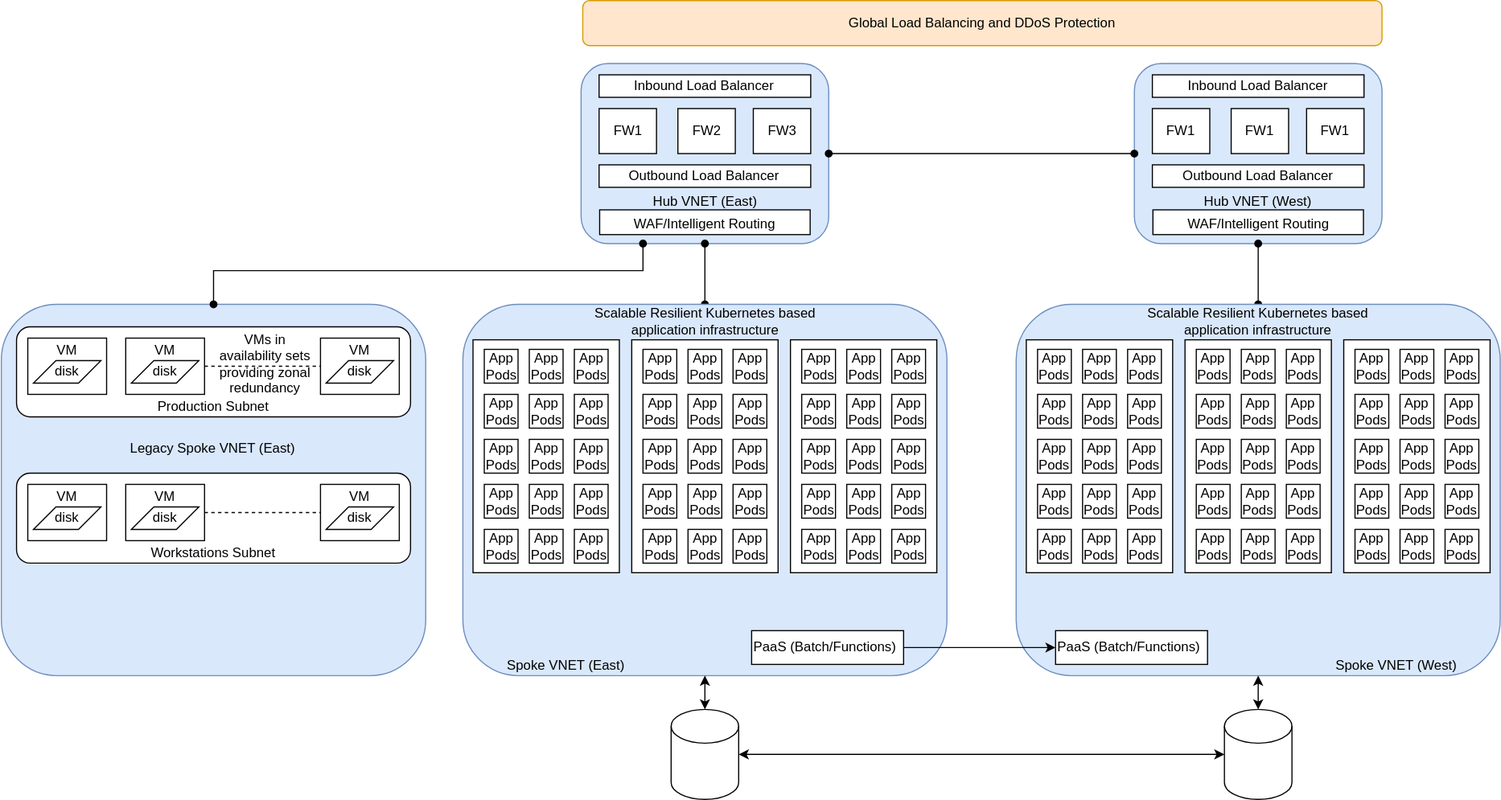
Above: dr/futurestate.svg in vjavle/invoicecloud (draw.io), before the change. Source tidied: cells renumbered, new cells last; positions are measured from the earlier drawing's top-left corner, leaving out a move shared by most shapes.
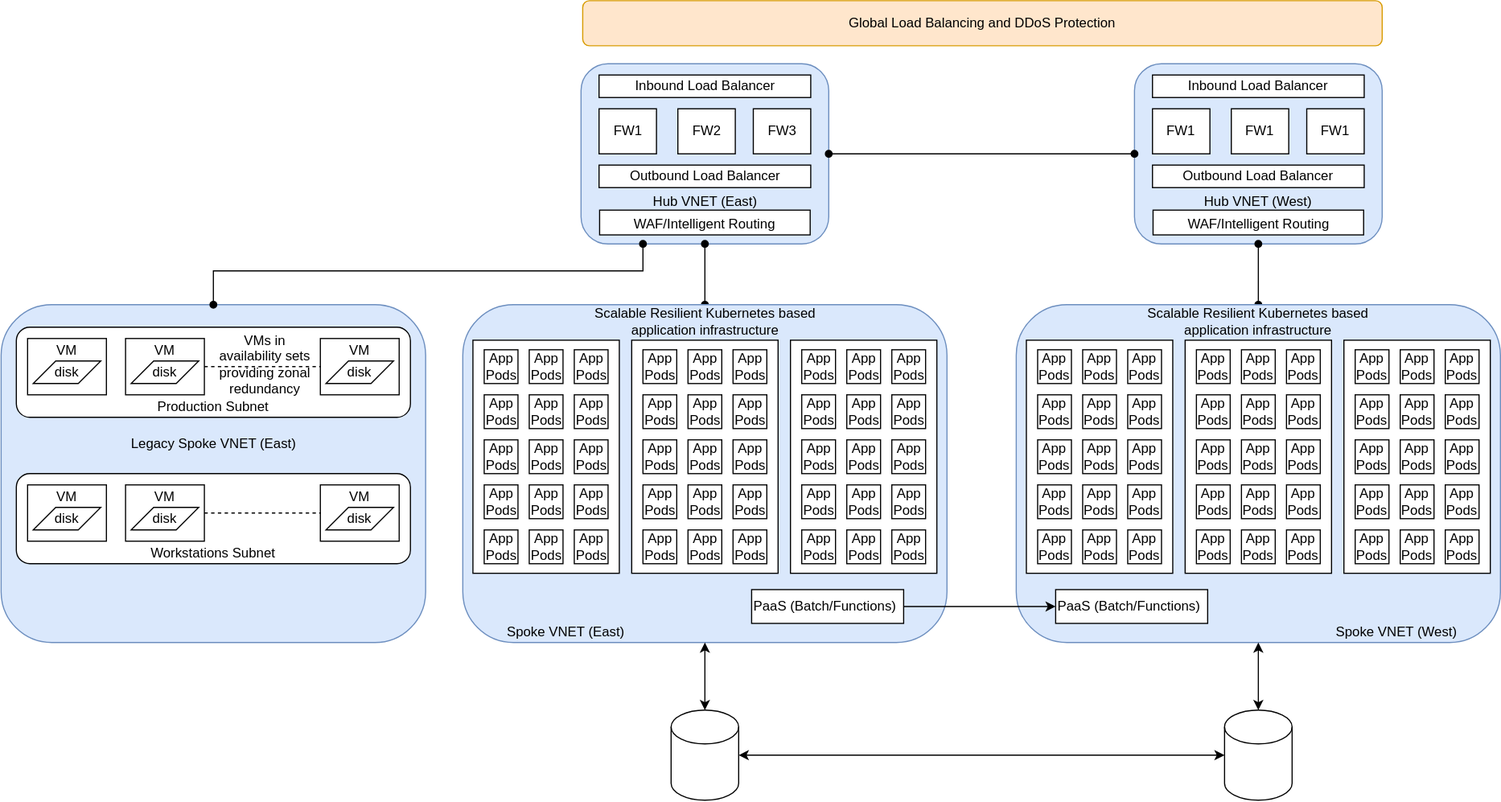
The same diagram one commit later.

Change to the diagram source:
```diff
@@ -62,8 +62,8 @@
     <mxCell id="21" style="edgeStyle=orthogonalEdgeStyle;rounded=0;jettySize=auto;html=1;startArrow=oval;startFill=1;endArrow=oval;endFill=1;" parent="1" edge="1" source="12" target="165">
       <mxGeometry relative="1" as="geometry" />
     </mxCell>
-    <mxCell id="22" value="Legacy Spoke VNET (East)" style="rounded=1;whiteSpace=wrap;html=1;spacingTop=-75;fillColor=#dae8fc;strokeColor=#6c8ebf;" parent="1" vertex="1">
-      <mxGeometry x="-0.5" y="270" width="377" height="330" as="geometry" />
+    <mxCell id="22" value="Legacy Spoke VNET (East)" style="rounded=1;whiteSpace=wrap;html=1;spacingTop=-52;fillColor=#dae8fc;strokeColor=#6c8ebf;" parent="1" vertex="1">
+      <mxGeometry x="-0.5" y="270" width="377" height="300" as="geometry" />
     </mxCell>
     <mxCell id="23" style="group;" parent="1" vertex="1">
       <mxGeometry x="13" y="220" width="350" height="370" as="geometry" />
@@ -147,7 +147,7 @@
       <mxGeometry x="409.5" y="270" width="661.5" height="330" as="geometry" />
     </mxCell>
     <mxCell id="50" value="Spoke VNET (East)" style="rounded=1;whiteSpace=wrap;html=1;spacingTop=-25;fillColor=#dae8fc;strokeColor=#6c8ebf;verticalAlign=bottom;align=left;spacingLeft=37;" parent="49" vertex="1">
-      <mxGeometry width="430" height="330" as="geometry" />
+      <mxGeometry width="430" height="300" as="geometry" />
     </mxCell>
     <mxCell id="51" style="group;" parent="49" vertex="1">
       <mxGeometry x="9" y="31.5" width="412" height="207" as="geometry" />
@@ -317,14 +317,11 @@
     <mxCell id="106" value="Scalable Resilient Kubernetes based application infrastructure" style="text;html=1;strokeColor=none;fillColor=none;align=center;verticalAlign=middle;whiteSpace=wrap;rounded=0;" parent="49" vertex="1">
       <mxGeometry x="110" width="210" height="30" as="geometry" />
     </mxCell>
-    <mxCell id="107" value="PaaS (Batch/Functions)" style="rounded=0;whiteSpace=wrap;html=1;align=left;verticalAlign=middle;" parent="49" vertex="1">
-      <mxGeometry x="526.5" y="291" width="135" height="30" as="geometry" />
-    </mxCell>
     <mxCell id="108" style="group;" parent="1" vertex="1">
       <mxGeometry x="901" y="270" width="430" height="330" as="geometry" />
     </mxCell>
     <mxCell id="109" value="Spoke VNET (West)" style="rounded=1;whiteSpace=wrap;html=1;spacingTop=-25;fillColor=#dae8fc;strokeColor=#6c8ebf;verticalAlign=bottom;spacingRight=-246;" parent="108" vertex="1">
-      <mxGeometry width="430" height="330" as="geometry" />
+      <mxGeometry width="430" height="300" as="geometry" />
     </mxCell>
     <mxCell id="110" style="group;" parent="108" vertex="1">
       <mxGeometry x="9" y="31.5" width="412" height="207" as="geometry" />
@@ -495,7 +492,7 @@
       <mxGeometry x="110" width="210" height="30" as="geometry" />
     </mxCell>
     <mxCell id="166" value="PaaS (Batch/Functions)" style="rounded=0;whiteSpace=wrap;html=1;align=left;verticalAlign=middle;" parent="108" vertex="1">
-      <mxGeometry x="35" y="290" width="135" height="30" as="geometry" />
+      <mxGeometry x="35" y="253" width="135" height="30" as="geometry" />
     </mxCell>
     <mxCell id="167" style="edgeStyle=orthogonalEdgeStyle;rounded=0;jettySize=auto;html=1;startArrow=classic;startFill=1;endArrow=classic;endFill=1;" parent="1" edge="1" source="170" target="172">
       <mxGeometry relative="1" as="geometry" />
@@ -525,7 +522,7 @@
       <mxGeometry relative="1" as="geometry" />
     </mxCell>
     <mxCell id="174" value="PaaS (Batch/Functions)" style="rounded=0;whiteSpace=wrap;html=1;align=left;verticalAlign=middle;" parent="1" vertex="1">
-      <mxGeometry x="666" y="560" width="135" height="30" as="geometry" />
+      <mxGeometry x="666" y="523" width="135" height="30" as="geometry" />
     </mxCell>
   </root>
 </mxGraphModel>
```
